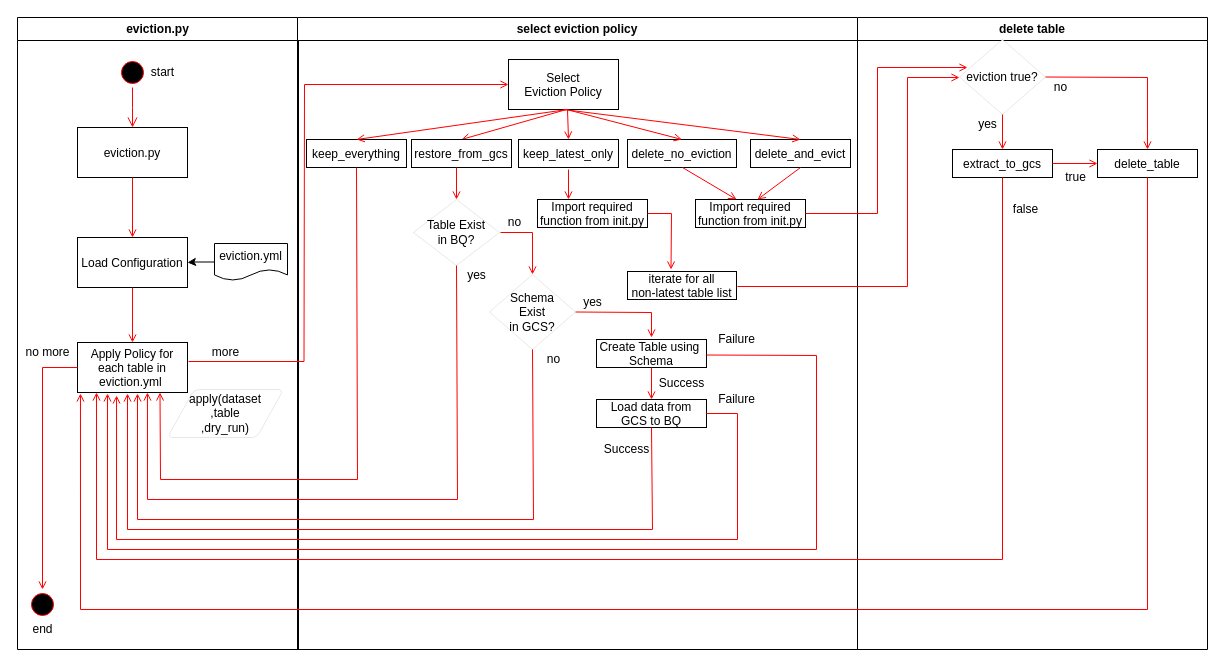
Before: Untitled Diagram.drawio in geoashis/newsiq, a draw.io diagram. Source tidied: cells renumbered, new cells numbered last; positions are measured from the earlier drawing's top-left corner, leaving out a move shared by most shapes. Both pictures are drawn from the tidied source at 100%, with x=0, y=0 at pixel (17, 17).
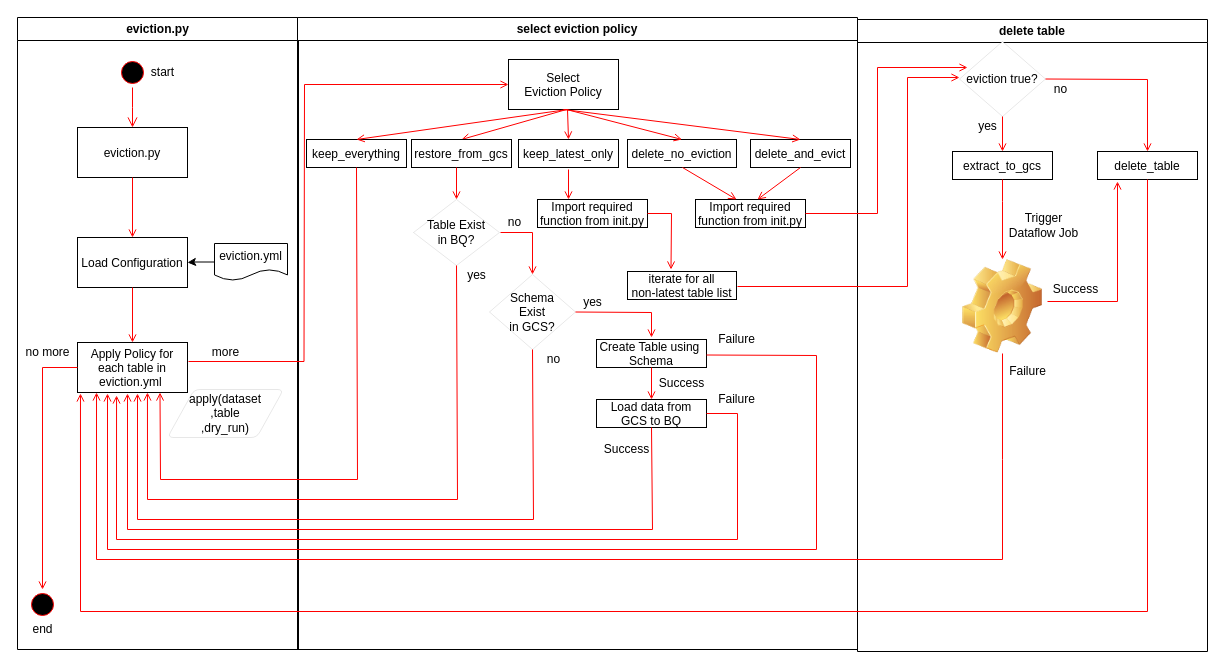
The same page after the edit.

The change refers to these unchanged cells:
```xml
<mxCell id="8" value="Apply Policy for&#10; each table in &#10;eviction.yml " parent="2" vertex="1">
  <mxGeometry x="60" y="325" width="110" height="50" as="geometry" />
</mxCell>
<mxCell id="53" value="extract_to_gcs" parent="51" vertex="1">
  <mxGeometry x="95" y="132" width="100" height="28" as="geometry" />
</mxCell>
<mxCell id="56" value="delete_table" parent="51" vertex="1">
  <mxGeometry x="240" y="132" width="100" height="28" as="geometry" />
</mxCell>
```

Change to the diagram source:
```diff
@@
     <mxCell id="51" value="delete table" style="swimlane;whiteSpace=wrap;" parent="1" vertex="1">
-      <mxGeometry x="840" width="350" height="632" as="geometry" />
+      <mxGeometry x="840" y="2" width="350" height="632" as="geometry" />
     </mxCell>
@@
-    <mxCell id="58" style="endArrow=open;strokeColor=#FF0000;endFill=1;rounded=0;exitX=1;exitY=0.5;exitDx=0;exitDy=0;entryX=0;entryY=0.5;entryDx=0;entryDy=0;" parent="51" edge="1" source="53" target="56">
-      <mxGeometry relative="1" as="geometry" />
+    <mxCell id="58" style="endArrow=open;strokeColor=#FF0000;endFill=1;rounded=0;exitX=0.5;exitY=1;exitDx=0;exitDy=0;" parent="51" edge="1" source="53" target="77">
+      <mxGeometry relative="1" as="geometry">
+        <Array as="points">
+          <mxPoint x="145" y="182" />
+        </Array>
+      </mxGeometry>
     </mxCell>
@@
-    <mxCell id="60" value="true" style="text;html=1;align=center;verticalAlign=middle;" parent="51" vertex="1">
-      <mxGeometry x="198" y="150" width="40" height="20" as="geometry" />
-    </mxCell>
-    <mxCell id="61" value="false" style="text;html=1;align=center;verticalAlign=middle;" parent="51" vertex="1">
-      <mxGeometry x="148" y="182" width="40" height="20" as="geometry" />
-    </mxCell>
@@
+    <mxCell id="77" style="shape=image;html=1;verticalLabelPosition=bottom;labelBackgroundColor=#ffffff;verticalAlign=top;imageAspect=1;image=img/clipart/Gear_128x128.png;" parent="51" vertex="1">
+      <mxGeometry x="105" y="240" width="80" height="94" as="geometry" />
+    </mxCell>
+    <mxCell id="78" style="endArrow=open;strokeColor=#FF0000;endFill=1;rounded=0;" parent="51" edge="1">
+      <mxGeometry relative="1" as="geometry">
+        <mxPoint x="190" y="282" as="sourcePoint" />
+        <mxPoint x="260" y="162" as="targetPoint" />
+        <Array as="points">
+          <mxPoint x="260" y="282" />
+        </Array>
+      </mxGeometry>
+    </mxCell>
+    <mxCell id="79" value="Success" style="text;html=1;align=center;verticalAlign=middle;" parent="51" vertex="1">
+      <mxGeometry x="188" y="260" width="60" height="20" as="geometry" />
+    </mxCell>
+    <mxCell id="80" value="Failure" style="text;html=1;align=center;verticalAlign=middle;" parent="51" vertex="1">
+      <mxGeometry x="145" y="342" width="50" height="20" as="geometry" />
+    </mxCell>
@@
-    <mxCell id="75" style="endArrow=open;strokeColor=#FF0000;endFill=1;rounded=0;exitX=0.5;exitY=1;exitDx=0;exitDy=0;entryX=0.173;entryY=1;entryDx=0;entryDy=0;entryPerimeter=0;" parent="1" edge="1" source="53" target="8">
+    <mxCell id="75" style="endArrow=open;strokeColor=#FF0000;endFill=1;rounded=0;entryX=0.173;entryY=1;entryDx=0;entryDy=0;entryPerimeter=0;" parent="1" edge="1" source="77" target="8">
       <mxGeometry relative="1" as="geometry">
         <Array as="points">
+          <mxPoint x="985" y="442" />
           <mxPoint x="985" y="542" />
           <mxPoint x="79" y="542" />
         </Array>
       </mxGeometry>
     </mxCell>
@@
+    <mxCell id="81" value="Trigger &lt;br&gt;Dataflow Job" style="text;html=1;align=center;verticalAlign=middle;" parent="1" vertex="1">
+      <mxGeometry x="986" y="193" width="80" height="30" as="geometry" />
+    </mxCell>
```
